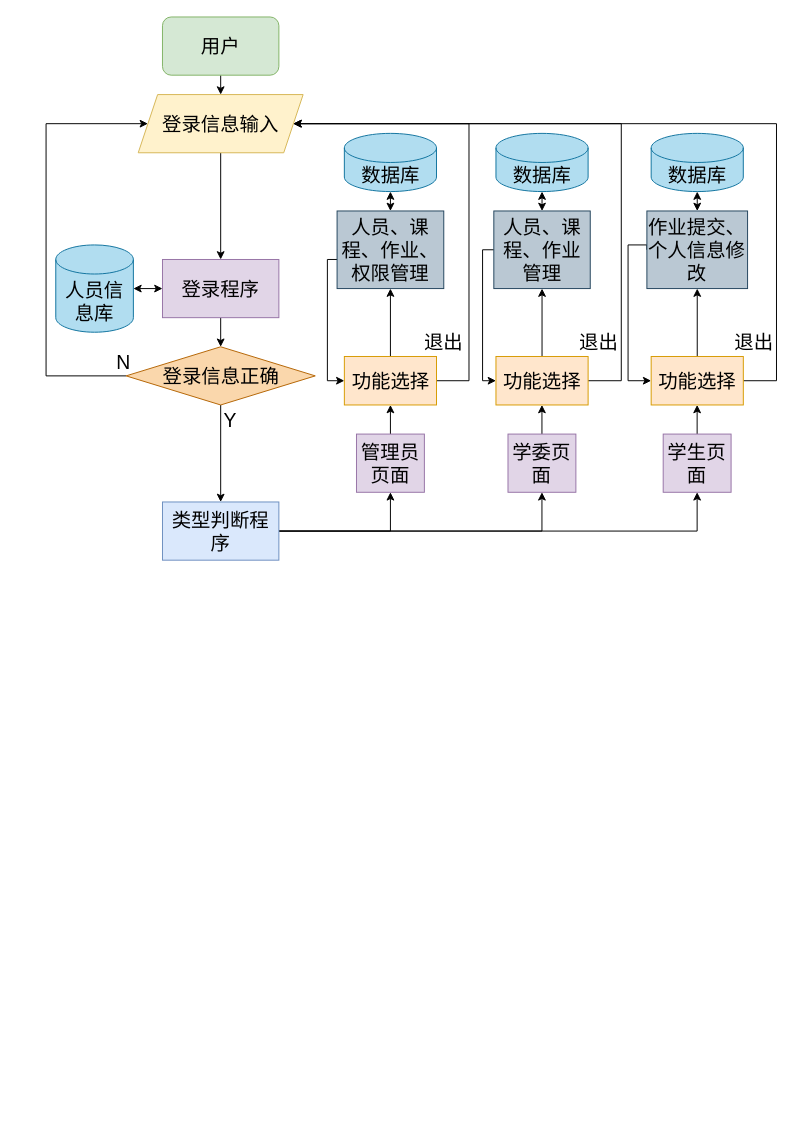
The draw.io diagram page "第 10 页" (10 of 10) of spring.drawio in Duxingmengshou/Duxingmengshou.github.io, before the edit. Source tidied: cells renumbered, new cells numbered last; positions are measured from the earlier drawing's top-left corner, leaving out a move shared by most shapes. Both pictures are drawn from the tidied source at 97%, with x=0, y=0 at pixel (46, 16).
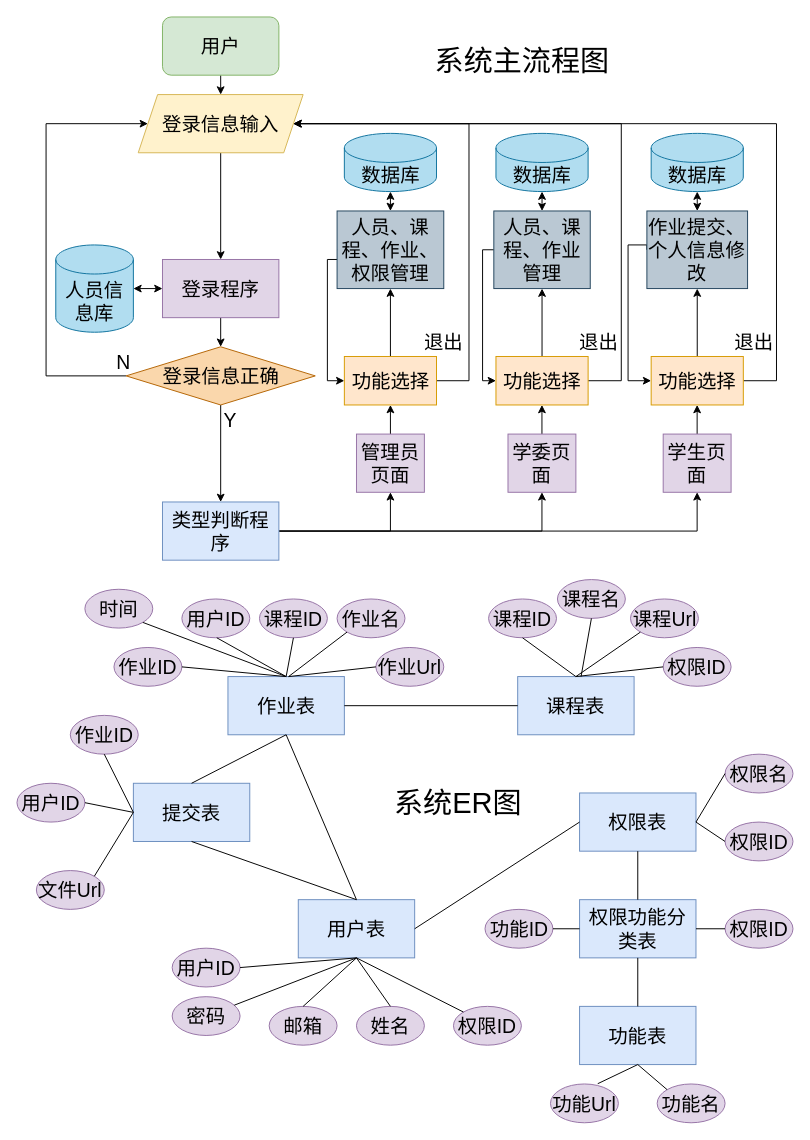
The same diagram, later.

Diff of the diagram source:
```diff
@@
+    <mxCell id="49" value="用户表" style="rounded=0;whiteSpace=wrap;html=1;fontSize=20;fillColor=#dae8fc;strokeColor=#6c8ebf;" parent="1" vertex="1">
+      <mxGeometry x="260" y="910" width="120" height="60" as="geometry" />
+    </mxCell>
+    <mxCell id="50" value="作业表" style="rounded=0;whiteSpace=wrap;html=1;fontSize=20;fillColor=#dae8fc;strokeColor=#6c8ebf;" parent="1" vertex="1">
+      <mxGeometry x="187.5" y="680" width="120" height="60" as="geometry" />
+    </mxCell>
+    <mxCell id="51" value="课程表" style="rounded=0;whiteSpace=wrap;html=1;fontSize=20;fillColor=#dae8fc;strokeColor=#6c8ebf;" parent="1" vertex="1">
+      <mxGeometry x="486.2" y="680" width="120" height="60" as="geometry" />
+    </mxCell>
+    <mxCell id="52" value="权限表" style="rounded=0;whiteSpace=wrap;html=1;fontSize=20;fillColor=#dae8fc;strokeColor=#6c8ebf;" parent="1" vertex="1">
+      <mxGeometry x="550" y="800" width="120" height="60" as="geometry" />
+    </mxCell>
+    <mxCell id="53" value="提交表" style="rounded=0;whiteSpace=wrap;html=1;fontSize=20;fillColor=#dae8fc;strokeColor=#6c8ebf;" parent="1" vertex="1">
+      <mxGeometry x="90" y="790" width="120" height="60" as="geometry" />
+    </mxCell>
+    <mxCell id="54" value="功能表" style="rounded=0;whiteSpace=wrap;html=1;fontSize=20;fillColor=#dae8fc;strokeColor=#6c8ebf;" parent="1" vertex="1">
+      <mxGeometry x="550" y="1020" width="120" height="60" as="geometry" />
+    </mxCell>
+    <mxCell id="55" value="权限功能分类表" style="rounded=0;whiteSpace=wrap;html=1;fontSize=20;fillColor=#dae8fc;strokeColor=#6c8ebf;" parent="1" vertex="1">
+      <mxGeometry x="550" y="910" width="120" height="60" as="geometry" />
+    </mxCell>
+    <mxCell id="56" value="用户ID" style="ellipse;whiteSpace=wrap;html=1;fontSize=20;fillColor=#e1d5e7;strokeColor=#9673a6;" parent="1" vertex="1">
+      <mxGeometry x="130" y="960" width="70" height="40" as="geometry" />
+    </mxCell>
+    <mxCell id="57" style="endArrow=none;html=1;rounded=0;entryX=0.5;entryY=1;entryDx=0;entryDy=0;exitX=0.5;exitY=0;exitDx=0;exitDy=0;" parent="1" edge="1" source="55" target="52">
+      <mxGeometry relative="1" as="geometry" />
+    </mxCell>
+    <mxCell id="58" style="endArrow=none;html=1;rounded=0;entryX=0.5;entryY=1;entryDx=0;entryDy=0;exitX=0.5;exitY=0;exitDx=0;exitDy=0;" parent="1" edge="1" source="54" target="55">
+      <mxGeometry relative="1" as="geometry" />
+    </mxCell>
+    <mxCell id="59" value="姓名" style="ellipse;whiteSpace=wrap;html=1;fontSize=20;fillColor=#e1d5e7;strokeColor=#9673a6;" parent="1" vertex="1">
+      <mxGeometry x="320" y="1020" width="70" height="40" as="geometry" />
+    </mxCell>
+    <mxCell id="60" value="密码" style="ellipse;whiteSpace=wrap;html=1;fontSize=20;fillColor=#e1d5e7;strokeColor=#9673a6;" parent="1" vertex="1">
+      <mxGeometry x="130" y="1010" width="70" height="40" as="geometry" />
+    </mxCell>
+    <mxCell id="61" value="邮箱" style="ellipse;whiteSpace=wrap;html=1;fontSize=20;fillColor=#e1d5e7;strokeColor=#9673a6;" parent="1" vertex="1">
+      <mxGeometry x="230" y="1020" width="70" height="40" as="geometry" />
+    </mxCell>
+    <mxCell id="62" value="权限ID" style="ellipse;whiteSpace=wrap;html=1;fontSize=20;fillColor=#e1d5e7;strokeColor=#9673a6;" parent="1" vertex="1">
+      <mxGeometry x="420" y="1020" width="70" height="40" as="geometry" />
+    </mxCell>
+    <mxCell id="63" value="权限ID" style="ellipse;whiteSpace=wrap;html=1;fontSize=20;fillColor=#e1d5e7;strokeColor=#9673a6;" parent="1" vertex="1">
+      <mxGeometry x="636.2" y="650" width="70" height="40" as="geometry" />
+    </mxCell>
+    <mxCell id="64" value="权限名" style="ellipse;whiteSpace=wrap;html=1;fontSize=20;fillColor=#e1d5e7;strokeColor=#9673a6;" parent="1" vertex="1">
+      <mxGeometry x="700" y="760" width="70" height="40" as="geometry" />
+    </mxCell>
+    <mxCell id="65" value="权限ID" style="ellipse;whiteSpace=wrap;html=1;fontSize=20;fillColor=#e1d5e7;strokeColor=#9673a6;" parent="1" vertex="1">
+      <mxGeometry x="700" y="920" width="70" height="40" as="geometry" />
+    </mxCell>
+    <mxCell id="66" value="功能ID" style="ellipse;whiteSpace=wrap;html=1;fontSize=20;fillColor=#e1d5e7;strokeColor=#9673a6;" parent="1" vertex="1">
+      <mxGeometry x="452.5" y="920" width="70" height="40" as="geometry" />
+    </mxCell>
+    <mxCell id="67" value="功能名" style="ellipse;whiteSpace=wrap;html=1;fontSize=20;fillColor=#e1d5e7;strokeColor=#9673a6;" parent="1" vertex="1">
+      <mxGeometry x="630" y="1100" width="70" height="40" as="geometry" />
+    </mxCell>
+    <mxCell id="68" value="功能Url" style="ellipse;whiteSpace=wrap;html=1;fontSize=20;fillColor=#e1d5e7;strokeColor=#9673a6;" parent="1" vertex="1">
+      <mxGeometry x="520" y="1100" width="70" height="40" as="geometry" />
+    </mxCell>
+    <mxCell id="69" value="课程ID" style="ellipse;whiteSpace=wrap;html=1;fontSize=20;fillColor=#e1d5e7;strokeColor=#9673a6;" parent="1" vertex="1">
+      <mxGeometry x="456.2" y="600" width="70" height="40" as="geometry" />
+    </mxCell>
+    <mxCell id="70" value="课程名" style="ellipse;whiteSpace=wrap;html=1;fontSize=20;fillColor=#e1d5e7;strokeColor=#9673a6;" parent="1" vertex="1">
+      <mxGeometry x="527.2" y="580" width="70" height="40" as="geometry" />
+    </mxCell>
+    <mxCell id="71" value="课程Url" style="ellipse;whiteSpace=wrap;html=1;fontSize=20;fillColor=#e1d5e7;strokeColor=#9673a6;" parent="1" vertex="1">
+      <mxGeometry x="602.5" y="600" width="70" height="40" as="geometry" />
+    </mxCell>
+    <mxCell id="72" value="作业ID" style="ellipse;whiteSpace=wrap;html=1;fontSize=20;fillColor=#e1d5e7;strokeColor=#9673a6;" parent="1" vertex="1">
+      <mxGeometry x="70" y="650" width="70" height="40" as="geometry" />
+    </mxCell>
+    <mxCell id="73" value="课程ID" style="ellipse;whiteSpace=wrap;html=1;fontSize=20;fillColor=#e1d5e7;strokeColor=#9673a6;" parent="1" vertex="1">
+      <mxGeometry x="220" y="600" width="70" height="40" as="geometry" />
+    </mxCell>
+    <mxCell id="74" value="作业名" style="ellipse;whiteSpace=wrap;html=1;fontSize=20;fillColor=#e1d5e7;strokeColor=#9673a6;" parent="1" vertex="1">
+      <mxGeometry x="300" y="600" width="70" height="40" as="geometry" />
+    </mxCell>
+    <mxCell id="75" value="时间" style="ellipse;whiteSpace=wrap;html=1;fontSize=20;fillColor=#e1d5e7;strokeColor=#9673a6;" parent="1" vertex="1">
+      <mxGeometry x="40" y="590" width="70" height="40" as="geometry" />
+    </mxCell>
+    <mxCell id="76" value="作业Url" style="ellipse;whiteSpace=wrap;html=1;fontSize=20;fillColor=#e1d5e7;strokeColor=#9673a6;" parent="1" vertex="1">
+      <mxGeometry x="340" y="650" width="70" height="40" as="geometry" />
+    </mxCell>
+    <mxCell id="77" value="用户ID" style="ellipse;whiteSpace=wrap;html=1;fontSize=20;fillColor=#e1d5e7;strokeColor=#9673a6;" parent="1" vertex="1">
+      <mxGeometry x="140" y="600" width="70" height="40" as="geometry" />
+    </mxCell>
+    <mxCell id="78" value="用户ID" style="ellipse;whiteSpace=wrap;html=1;fontSize=20;fillColor=#e1d5e7;strokeColor=#9673a6;" parent="1" vertex="1">
+      <mxGeometry x="-30" y="790" width="70" height="40" as="geometry" />
+    </mxCell>
+    <mxCell id="79" value="作业ID" style="ellipse;whiteSpace=wrap;html=1;fontSize=20;fillColor=#e1d5e7;strokeColor=#9673a6;" parent="1" vertex="1">
+      <mxGeometry x="25" y="720" width="70" height="40" as="geometry" />
+    </mxCell>
+    <mxCell id="80" value="文件Url" style="ellipse;whiteSpace=wrap;html=1;fontSize=20;fillColor=#e1d5e7;strokeColor=#9673a6;" parent="1" vertex="1">
+      <mxGeometry x="-10" y="880" width="70" height="40" as="geometry" />
+    </mxCell>
+    <mxCell id="81" style="endArrow=none;html=1;rounded=0;exitX=1;exitY=0.5;exitDx=0;exitDy=0;entryX=0;entryY=0.5;entryDx=0;entryDy=0;" parent="1" edge="1" source="49" target="52">
+      <mxGeometry relative="1" as="geometry" />
+    </mxCell>
+    <mxCell id="82" style="endArrow=none;html=1;rounded=0;exitX=0.5;exitY=0;exitDx=0;exitDy=0;entryX=0.5;entryY=1;entryDx=0;entryDy=0;" parent="1" edge="1" source="49" target="50">
+      <mxGeometry relative="1" as="geometry" />
+    </mxCell>
+    <mxCell id="83" style="endArrow=none;html=1;rounded=0;entryX=0.5;entryY=1;entryDx=0;entryDy=0;exitX=0.5;exitY=0;exitDx=0;exitDy=0;" parent="1" edge="1" source="49" target="53">
+      <mxGeometry relative="1" as="geometry" />
+    </mxCell>
+    <mxCell id="84" style="endArrow=none;html=1;rounded=0;entryX=0;entryY=0.5;entryDx=0;entryDy=0;exitX=1;exitY=0.5;exitDx=0;exitDy=0;" parent="1" edge="1" source="50" target="51">
+      <mxGeometry relative="1" as="geometry" />
+    </mxCell>
+    <mxCell id="85" style="endArrow=none;html=1;rounded=0;entryX=0.5;entryY=1;entryDx=0;entryDy=0;exitX=0.5;exitY=0;exitDx=0;exitDy=0;" parent="1" edge="1" source="53" target="50">
+      <mxGeometry relative="1" as="geometry" />
+    </mxCell>
+    <mxCell id="86" style="endArrow=none;html=1;rounded=0;exitX=1;exitY=1;exitDx=0;exitDy=0;entryX=0.5;entryY=0;entryDx=0;entryDy=0;" parent="1" edge="1" source="75" target="50">
+      <mxGeometry relative="1" as="geometry" />
+    </mxCell>
+    <mxCell id="87" style="endArrow=none;html=1;rounded=0;exitX=1;exitY=1;exitDx=0;exitDy=0;entryX=0.5;entryY=0;entryDx=0;entryDy=0;" parent="1" edge="1" target="50">
+      <mxGeometry relative="1" as="geometry">
+        <mxPoint x="176" y="640" as="sourcePoint" />
+      </mxGeometry>
+    </mxCell>
+    <mxCell id="88" style="endArrow=none;html=1;rounded=0;entryX=0.5;entryY=1;entryDx=0;entryDy=0;exitX=0.5;exitY=0;exitDx=0;exitDy=0;" parent="1" edge="1" source="50" target="73">
+      <mxGeometry relative="1" as="geometry" />
+    </mxCell>
+    <mxCell id="89" style="endArrow=none;html=1;rounded=0;entryX=0;entryY=1;entryDx=0;entryDy=0;" parent="1" edge="1" target="74">
+      <mxGeometry relative="1" as="geometry">
+        <mxPoint x="250" y="680" as="sourcePoint" />
+      </mxGeometry>
+    </mxCell>
+    <mxCell id="90" style="endArrow=none;html=1;rounded=0;entryX=0;entryY=0.5;entryDx=0;entryDy=0;" parent="1" edge="1" target="76">
+      <mxGeometry relative="1" as="geometry">
+        <mxPoint x="250" y="680" as="sourcePoint" />
+      </mxGeometry>
+    </mxCell>
+    <mxCell id="91" style="endArrow=none;html=1;rounded=0;entryX=1;entryY=0.5;entryDx=0;entryDy=0;exitX=0.5;exitY=0;exitDx=0;exitDy=0;" parent="1" edge="1" source="50" target="72">
+      <mxGeometry relative="1" as="geometry" />
+    </mxCell>
+    <mxCell id="92" style="endArrow=none;html=1;rounded=0;entryX=0.5;entryY=1;entryDx=0;entryDy=0;exitX=0;exitY=0.5;exitDx=0;exitDy=0;" parent="1" edge="1" source="53" target="79">
+      <mxGeometry relative="1" as="geometry" />
+    </mxCell>
+    <mxCell id="93" style="endArrow=none;html=1;rounded=0;entryX=1;entryY=0.5;entryDx=0;entryDy=0;exitX=0;exitY=0.5;exitDx=0;exitDy=0;" parent="1" edge="1" source="53" target="78">
+      <mxGeometry relative="1" as="geometry" />
+    </mxCell>
+    <mxCell id="94" style="endArrow=none;html=1;rounded=0;entryX=1;entryY=0;entryDx=0;entryDy=0;exitX=0;exitY=0.5;exitDx=0;exitDy=0;" parent="1" edge="1" source="53" target="80">
+      <mxGeometry relative="1" as="geometry" />
+    </mxCell>
+    <mxCell id="95" style="endArrow=none;html=1;rounded=0;entryX=0.5;entryY=1;entryDx=0;entryDy=0;exitX=0.5;exitY=0;exitDx=0;exitDy=0;" parent="1" edge="1" source="51" target="69">
+      <mxGeometry relative="1" as="geometry" />
+    </mxCell>
+    <mxCell id="96" style="endArrow=none;html=1;rounded=0;entryX=0.5;entryY=1;entryDx=0;entryDy=0;" parent="1" edge="1" source="51" target="70">
+      <mxGeometry relative="1" as="geometry" />
+    </mxCell>
+    <mxCell id="97" style="endArrow=none;html=1;rounded=0;entryX=0;entryY=1;entryDx=0;entryDy=0;exitX=0.5;exitY=0;exitDx=0;exitDy=0;" parent="1" edge="1" source="51" target="71">
+      <mxGeometry relative="1" as="geometry" />
+    </mxCell>
+    <mxCell id="98" style="endArrow=none;html=1;rounded=0;entryX=0;entryY=0.5;entryDx=0;entryDy=0;exitX=0.5;exitY=0;exitDx=0;exitDy=0;" parent="1" edge="1" source="51" target="63">
+      <mxGeometry relative="1" as="geometry" />
+    </mxCell>
+    <mxCell id="99" value="权限ID" style="ellipse;whiteSpace=wrap;html=1;fontSize=20;fillColor=#e1d5e7;strokeColor=#9673a6;" parent="1" vertex="1">
+      <mxGeometry x="700" y="830" width="70" height="40" as="geometry" />
+    </mxCell>
+    <mxCell id="100" style="endArrow=none;html=1;rounded=0;entryX=0;entryY=0.5;entryDx=0;entryDy=0;exitX=1;exitY=0.5;exitDx=0;exitDy=0;" parent="1" edge="1" source="52" target="64">
+      <mxGeometry relative="1" as="geometry" />
+    </mxCell>
+    <mxCell id="101" style="endArrow=none;html=1;rounded=0;entryX=0;entryY=0.5;entryDx=0;entryDy=0;exitX=1;exitY=0.5;exitDx=0;exitDy=0;" parent="1" edge="1" source="52" target="99">
+      <mxGeometry relative="1" as="geometry" />
+    </mxCell>
+    <mxCell id="102" style="endArrow=none;html=1;rounded=0;entryX=0;entryY=0.5;entryDx=0;entryDy=0;exitX=1;exitY=0.5;exitDx=0;exitDy=0;" parent="1" edge="1" source="55" target="65">
+      <mxGeometry relative="1" as="geometry" />
+    </mxCell>
+    <mxCell id="103" style="endArrow=none;html=1;rounded=0;entryX=1;entryY=0.5;entryDx=0;entryDy=0;exitX=0;exitY=0.5;exitDx=0;exitDy=0;" parent="1" edge="1" source="55" target="66">
+      <mxGeometry relative="1" as="geometry" />
+    </mxCell>
+    <mxCell id="104" style="endArrow=none;html=1;rounded=0;entryX=0.5;entryY=1;entryDx=0;entryDy=0;exitX=0.696;exitY=-0.007;exitDx=0;exitDy=0;exitPerimeter=0;" parent="1" edge="1" source="68" target="54">
+      <mxGeometry relative="1" as="geometry" />
+    </mxCell>
+    <mxCell id="105" style="endArrow=none;html=1;rounded=0;entryX=0;entryY=0;entryDx=0;entryDy=0;exitX=0.5;exitY=1;exitDx=0;exitDy=0;" parent="1" edge="1" source="54" target="67">
+      <mxGeometry relative="1" as="geometry" />
+    </mxCell>
+    <mxCell id="106" style="endArrow=none;html=1;rounded=0;entryX=1;entryY=0.5;entryDx=0;entryDy=0;exitX=0.5;exitY=1;exitDx=0;exitDy=0;" parent="1" edge="1" source="49" target="56">
+      <mxGeometry relative="1" as="geometry" />
+    </mxCell>
+    <mxCell id="107" style="endArrow=none;html=1;rounded=0;entryX=0.5;entryY=1;entryDx=0;entryDy=0;" parent="1" edge="1" source="60" target="49">
+      <mxGeometry relative="1" as="geometry" />
+    </mxCell>
+    <mxCell id="108" style="endArrow=none;html=1;rounded=0;exitX=0.5;exitY=0;exitDx=0;exitDy=0;entryX=0.5;entryY=1;entryDx=0;entryDy=0;" parent="1" edge="1" source="61" target="49">
+      <mxGeometry relative="1" as="geometry" />
+    </mxCell>
+    <mxCell id="109" style="endArrow=none;html=1;rounded=0;entryX=0.5;entryY=1;entryDx=0;entryDy=0;exitX=0.5;exitY=0;exitDx=0;exitDy=0;" parent="1" edge="1" source="59" target="49">
+      <mxGeometry relative="1" as="geometry" />
+    </mxCell>
+    <mxCell id="110" style="endArrow=none;html=1;rounded=0;entryX=0.5;entryY=1;entryDx=0;entryDy=0;exitX=0;exitY=0;exitDx=0;exitDy=0;" parent="1" edge="1" source="62" target="49">
+      <mxGeometry relative="1" as="geometry" />
+    </mxCell>
+    <mxCell id="111" value="&lt;font style=&quot;font-size: 30px;&quot;&gt;系统ER图&lt;/font&gt;" style="text;html=1;strokeColor=none;fillColor=none;align=center;verticalAlign=middle;whiteSpace=wrap;rounded=0;" parent="1" vertex="1">
+      <mxGeometry x="350" y="795" width="150" height="30" as="geometry" />
+    </mxCell>
+    <mxCell id="112" value="&lt;font style=&quot;font-size: 30px;&quot;&gt;系统主流程图&lt;/font&gt;" style="text;html=1;strokeColor=none;fillColor=none;align=center;verticalAlign=middle;whiteSpace=wrap;rounded=0;" parent="1" vertex="1">
+      <mxGeometry x="359.4" y="30" width="263.8" height="30" as="geometry" />
+    </mxCell>
```
